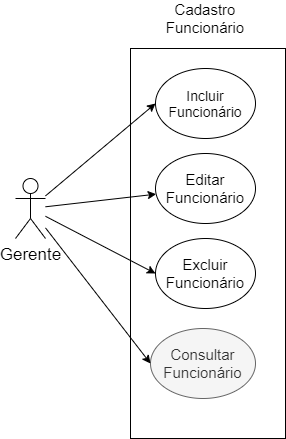
This is CadastrarFuncionario.png from hinname/project-Restaurant, a draw.io export, as it was before one commit. Source tidied: cells renumbered, new cells last; positions are measured from the earlier drawing's top-left corner, leaving out a move shared by most shapes.
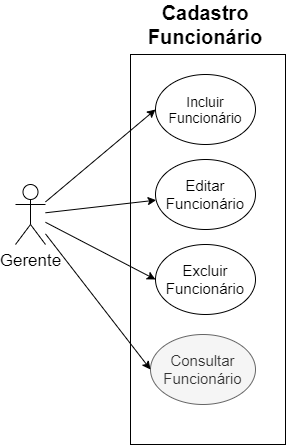
After the change.

Diff of the diagram source:
```diff
@@ -17,7 +17,7 @@
     <mxCell id="6" value="&lt;font style=&quot;font-size: 15px&quot;&gt;Excluir Funcionário&lt;/font&gt;" style="ellipse;whiteSpace=wrap;html=1;" parent="1" vertex="1">
       <mxGeometry x="140" y="230" width="100" height="70" as="geometry" />
     </mxCell>
-    <mxCell id="7" value="&lt;font style=&quot;font-size: 15px&quot;&gt;Cadastro Funcionário&lt;/font&gt;" style="text;html=1;strokeColor=none;fillColor=none;align=center;verticalAlign=middle;whiteSpace=wrap;rounded=0;" parent="1" vertex="1">
+    <mxCell id="7" value="&lt;font size=&quot;1&quot;&gt;&lt;b style=&quot;font-size: 20px&quot;&gt;Cadastro Funcionário&lt;/b&gt;&lt;/font&gt;" style="text;html=1;strokeColor=none;fillColor=none;align=center;verticalAlign=middle;whiteSpace=wrap;rounded=0;" parent="1" vertex="1">
       <mxGeometry x="170" width="40" height="20" as="geometry" />
     </mxCell>
     <mxCell id="8" style="endArrow=classic;html=1;entryX=0;entryY=0.5;entryDx=0;entryDy=0;" parent="1" edge="1" source="3" target="4">
```
